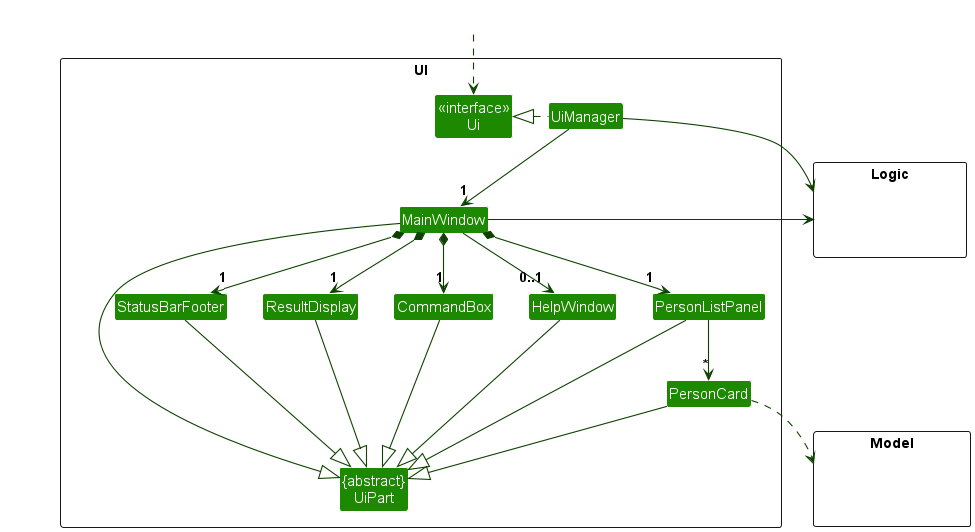
The PlantUML diagram docs/images/UiClassDiagram.png in nus-cs2103-AY2324S2/tp, before a commit.
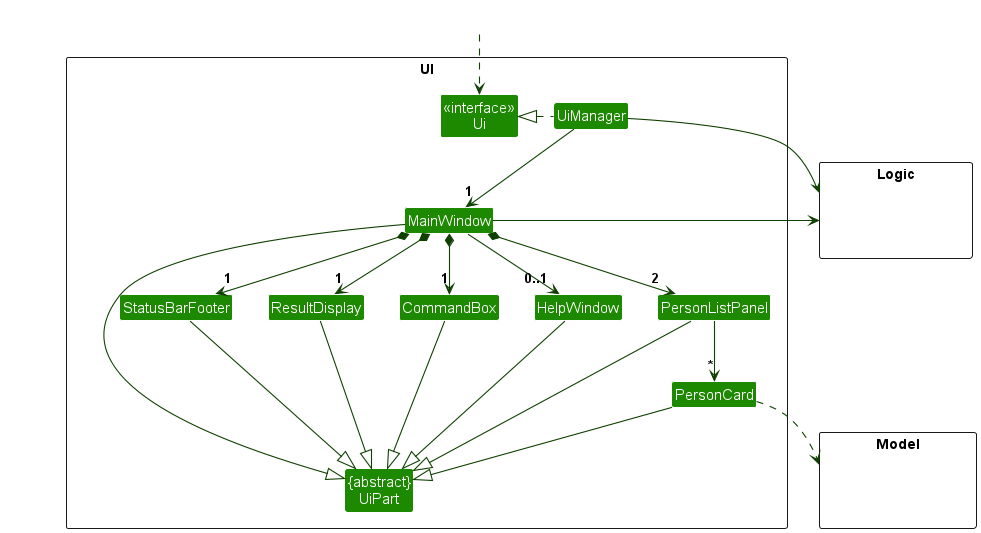
The same file after the commit.

Commit message:
Add updated uml diagram images

Diff of the diagram source:
```diff
@@ -32,7 +32,7 @@
 UiManager -down-> "1" MainWindow
 MainWindow *-down->  "1" CommandBox
 MainWindow *-down-> "1" ResultDisplay
-MainWindow *-down-> "1" PersonListPanel
+MainWindow *-down-> "2" PersonListPanel
 MainWindow *-down-> "1" StatusBarFooter
 MainWindow --> "0..1" HelpWindow
 
```
